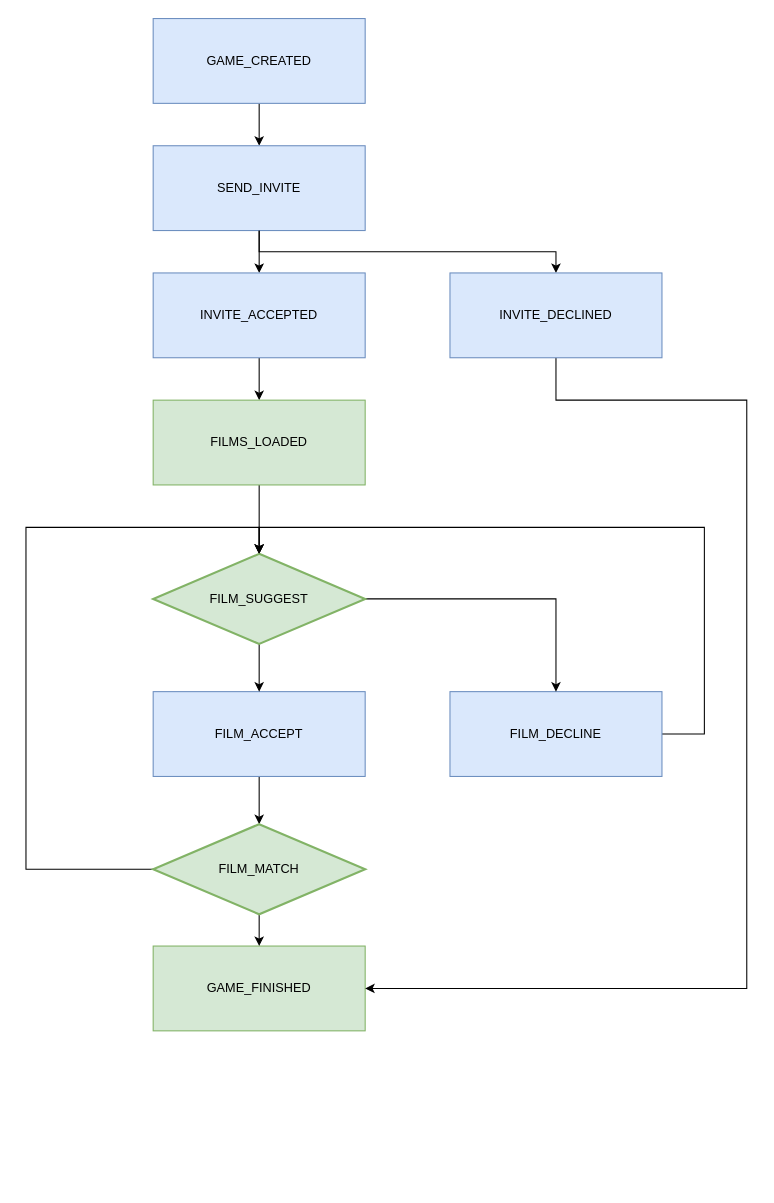
nCrag/Cinematch keeps this draw.io diagram as page "Общая схема процесса" (2 of 4) of Схемы/Диаграмма приложения.drawio. Above is the earlier version. Source tidied: cells renumbered, new cells numbered last; positions are measured from the earlier drawing's top-left corner, leaving out a move shared by most shapes. Both pictures are drawn from the tidied source at 106%, with x=0, y=0 at pixel (25, 18).
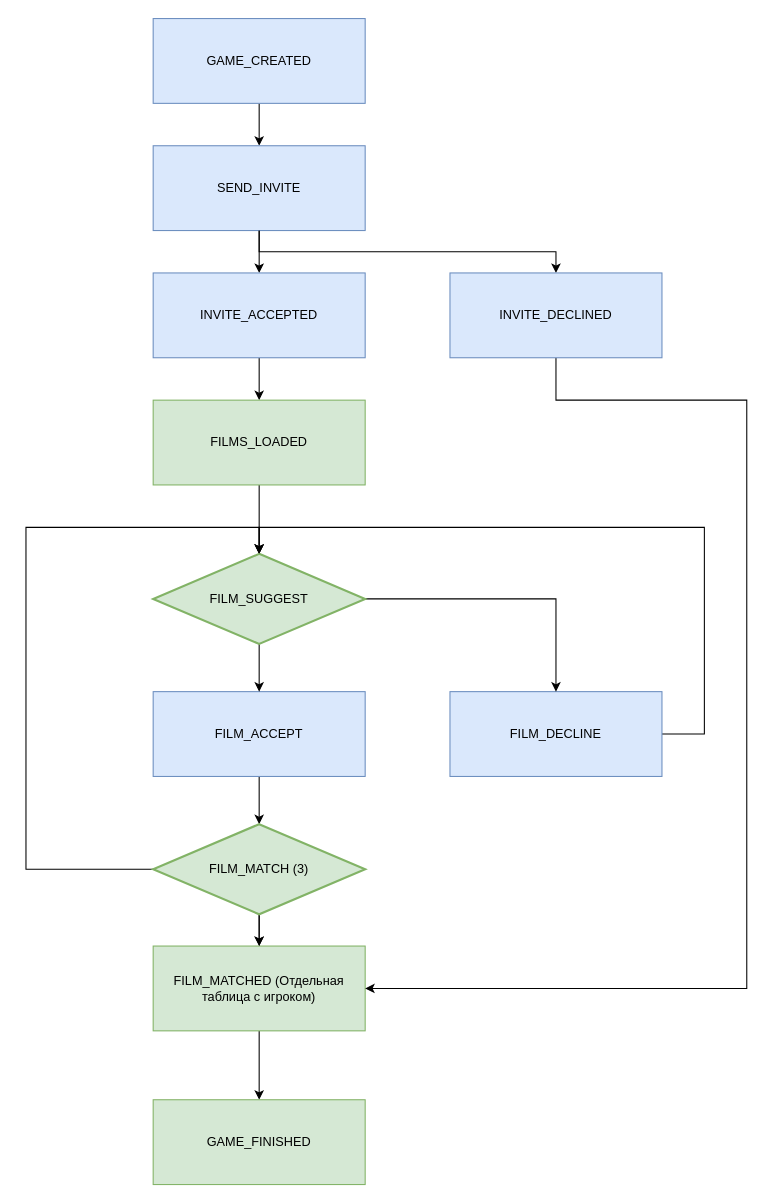
The same diagram, later.

What changed in the source:
```diff
@@
+    <mxCell id="24" style="edgeStyle=orthogonalEdgeStyle;rounded=0;jettySize=auto;html=1;exitX=0.5;exitY=1;exitDx=0;exitDy=0;entryX=0.5;entryY=0;entryDx=0;entryDy=0;" parent="1" edge="1" source="12" target="26">
+      <mxGeometry relative="1" as="geometry" />
+    </mxCell>
-    <mxCell id="12" value="GAME_FINISHED" style="rounded=0;whiteSpace=wrap;html=1;fillColor=#d5e8d4;strokeColor=#82b366;" parent="1" vertex="1">
+    <mxCell id="12" value="FILM_MATCHED (Отдельная таблица с игроком)" style="rounded=0;whiteSpace=wrap;html=1;fillColor=#d5e8d4;strokeColor=#82b366;" parent="1" vertex="1">
       <mxGeometry x="120" y="875" width="200" height="80" as="geometry" />
     </mxCell>
@@
+    <mxCell id="25" style="edgeStyle=orthogonalEdgeStyle;rounded=0;jettySize=auto;html=1;" parent="1" edge="1" source="23" target="12">
+      <mxGeometry relative="1" as="geometry" />
+    </mxCell>
-    <mxCell id="23" value="FILM_MATCH" style="strokeWidth=2;html=1;shape=mxgraph.flowchart.decision;whiteSpace=wrap;fillColor=#d5e8d4;strokeColor=#82b366;" parent="1" vertex="1">
+    <mxCell id="23" value="FILM_MATCH (3)" style="strokeWidth=2;html=1;shape=mxgraph.flowchart.decision;whiteSpace=wrap;fillColor=#d5e8d4;strokeColor=#82b366;" parent="1" vertex="1">
       <mxGeometry x="120" y="760" width="200" height="85" as="geometry" />
     </mxCell>
+    <mxCell id="26" value="GAME_FINISHED" style="rounded=0;whiteSpace=wrap;html=1;fillColor=#d5e8d4;strokeColor=#82b366;" parent="1" vertex="1">
+      <mxGeometry x="120" y="1020" width="200" height="80" as="geometry" />
+    </mxCell>
```
